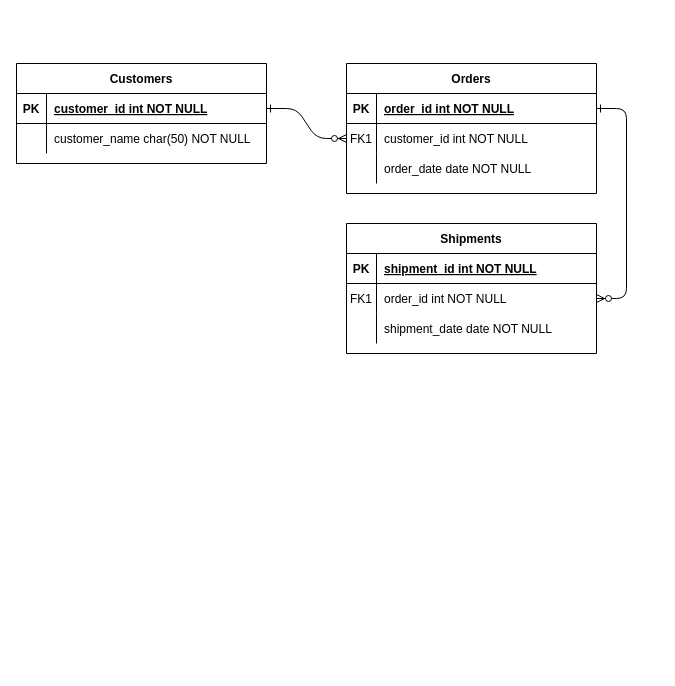
Before: docs/HCAApp.drawio in otr0624/HaitiApp, a draw.io diagram. Source tidied: cells renumbered, new cells numbered last; positions are measured from the earlier drawing's top-left corner, leaving out a move shared by most shapes. Both pictures are drawn from the tidied source at 100%, with x=0, y=0 at pixel (16, 63).
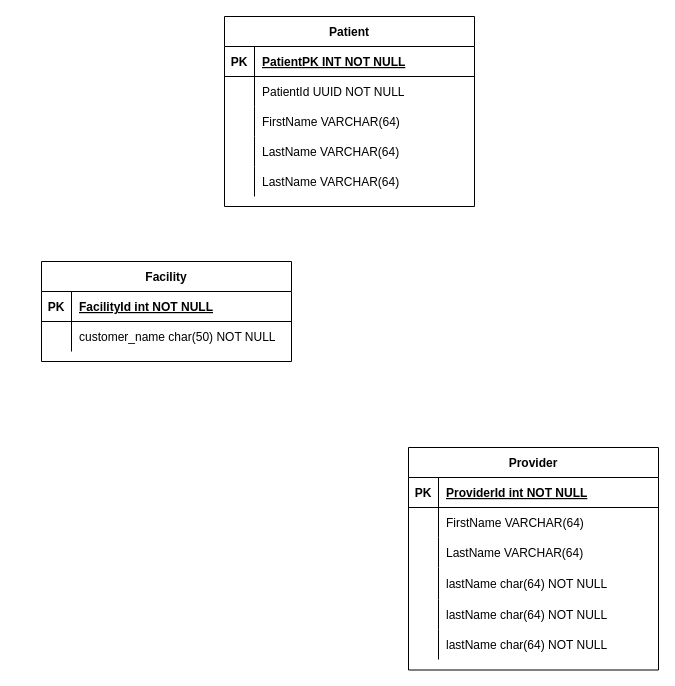
The same diagram, later.

Unchanged cells that the change refers to:
```xml
<mxCell id="5" style="shape=partialRectangle;fillColor=none;points=[[0,0.5],[1,0.5]];portConstraint=eastwest;top=0;left=0;right=0;bottom=1;" parent="4" vertex="1">
  <mxGeometry y="30" width="250" height="30" as="geometry" />
</mxCell>
<mxCell id="8" style="shape=partialRectangle;fillColor=none;points=[[0,0.5],[1,0.5]];portConstraint=eastwest;top=0;left=0;right=0;bottom=0;" parent="4" vertex="1">
  <mxGeometry y="60" width="250" height="30" as="geometry" />
</mxCell>
<mxCell id="11" style="shape=partialRectangle;fillColor=none;top=0;left=0;right=0;bottom=0;" parent="4" vertex="1">
  <mxGeometry y="90" width="250" height="30" as="geometry" />
</mxCell>
<mxCell id="25" style="shape=partialRectangle;fillColor=none;points=[[0,0.5],[1,0.5]];portConstraint=eastwest;top=0;left=0;right=0;bottom=1;" parent="24" vertex="1">
  <mxGeometry y="30" width="250" height="30" as="geometry" />
</mxCell>
```

Diff of the diagram source:
```diff
@@
-    <mxCell id="2" style="edgeStyle=entityRelationEdgeStyle;endArrow=ERzeroToMany;startArrow=ERone;endFill=1;startFill=0;" parent="1" edge="1" source="25" target="8">
-      <mxGeometry relative="1" as="geometry" />
-    </mxCell>
-    <mxCell id="3" style="edgeStyle=entityRelationEdgeStyle;endArrow=ERzeroToMany;startArrow=ERone;endFill=1;startFill=0;" parent="1" edge="1" source="5" target="18">
-      <mxGeometry relative="1" as="geometry" />
-    </mxCell>
+    <mxCell id="14" value="Patient" style="shape=table;startSize=30;childLayout=tableLayout;rowLines=0;fontStyle=1;align=center;" parent="1" vertex="1">
+      <mxGeometry x="208" y="-47" width="250" height="190" as="geometry" />
+    </mxCell>
+    <mxCell id="15" style="shape=partialRectangle;fillColor=none;top=0;left=0;right=0;bottom=1;" parent="14" vertex="1">
+      <mxGeometry y="30" width="250" height="30" as="geometry" />
+    </mxCell>
+    <mxCell id="16" value="PK" style="shape=partialRectangle;overflow=hidden;fillColor=none;top=0;left=0;bottom=0;right=0;fontStyle=1;" parent="15" vertex="1">
+      <mxGeometry width="30" height="30" as="geometry" />
+    </mxCell>
+    <mxCell id="17" value="PatientPK INT NOT NULL " style="shape=partialRectangle;overflow=hidden;fillColor=none;top=0;left=0;bottom=0;right=0;align=left;spacingLeft=6;fontStyle=5;" parent="15" vertex="1">
+      <mxGeometry x="30" width="220" height="30" as="geometry" />
+    </mxCell>
+    <mxCell id="18" style="shape=partialRectangle;fillColor=none;points=[[0,0.5],[1,0.5]];portConstraint=eastwest;top=0;left=0;right=0;bottom=0;" parent="14" vertex="1">
+      <mxGeometry y="60" width="250" height="30" as="geometry" />
+    </mxCell>
+    <mxCell id="19" style="shape=partialRectangle;overflow=hidden;fillColor=none;top=0;left=0;bottom=0;right=0;" parent="18" vertex="1">
+      <mxGeometry width="30" height="30" as="geometry" />
+    </mxCell>
+    <mxCell id="20" value="PatientId UUID NOT NULL" style="shape=partialRectangle;overflow=hidden;fillColor=none;top=0;left=0;bottom=0;right=0;align=left;spacingLeft=6;" parent="18" vertex="1">
+      <mxGeometry x="30" width="220" height="30" as="geometry" />
+    </mxCell>
+    <mxCell id="21" style="shape=partialRectangle;fillColor=none;top=0;left=0;right=0;bottom=0;" parent="14" vertex="1">
+      <mxGeometry y="90" width="250" height="30" as="geometry" />
+    </mxCell>
+    <mxCell id="22" style="shape=partialRectangle;overflow=hidden;fillColor=none;top=0;left=0;bottom=0;right=0;" parent="21" vertex="1">
+      <mxGeometry width="30" height="30" as="geometry" />
+    </mxCell>
+    <mxCell id="23" value="FirstName VARCHAR(64)" style="shape=partialRectangle;overflow=hidden;fillColor=none;top=0;left=0;bottom=0;right=0;align=left;spacingLeft=6;" parent="21" vertex="1">
+      <mxGeometry x="30" width="220" height="30" as="geometry" />
+    </mxCell>
+    <mxCell id="31" style="shape=partialRectangle;fillColor=none;top=0;left=0;right=0;bottom=0;" parent="14" vertex="1">
+      <mxGeometry y="120" width="250" height="30" as="geometry" />
+    </mxCell>
+    <mxCell id="32" style="shape=partialRectangle;overflow=hidden;fillColor=none;top=0;left=0;bottom=0;right=0;" parent="31" vertex="1">
+      <mxGeometry width="30" height="30" as="geometry" />
+    </mxCell>
+    <mxCell id="33" value="LastName VARCHAR(64)" style="shape=partialRectangle;overflow=hidden;fillColor=none;top=0;left=0;bottom=0;right=0;align=left;spacingLeft=6;" parent="31" vertex="1">
+      <mxGeometry x="30" width="220" height="30" as="geometry" />
+    </mxCell>
+    <mxCell id="34" style="shape=partialRectangle;fillColor=none;top=0;left=0;right=0;bottom=0;" parent="14" vertex="1">
+      <mxGeometry y="150" width="250" height="30" as="geometry" />
+    </mxCell>
+    <mxCell id="35" style="shape=partialRectangle;overflow=hidden;fillColor=none;top=0;left=0;bottom=0;right=0;" parent="34" vertex="1">
+      <mxGeometry width="30" height="30" as="geometry" />
+    </mxCell>
+    <mxCell id="36" value="LastName VARCHAR(64)" style="shape=partialRectangle;overflow=hidden;fillColor=none;top=0;left=0;bottom=0;right=0;align=left;spacingLeft=6;" parent="34" vertex="1">
+      <mxGeometry x="30" width="220" height="30" as="geometry" />
+    </mxCell>
-    <mxCell id="4" value="Orders" style="shape=table;startSize=30;childLayout=tableLayout;rowLines=0;fontStyle=1;align=center;" parent="1" vertex="1">
-      <mxGeometry x="330" width="250" height="130" as="geometry" />
+    <mxCell id="4" value="Provider" style="shape=table;startSize=30;childLayout=tableLayout;rowLines=0;fontStyle=1;align=center;" parent="1" vertex="1">
+      <mxGeometry x="392" y="384" width="250" height="222.5" as="geometry" />
     </mxCell>
@@
-    <mxCell id="7" value="order_id int NOT NULL " style="shape=partialRectangle;overflow=hidden;fillColor=none;top=0;left=0;bottom=0;right=0;align=left;spacingLeft=6;fontStyle=5;" parent="5" vertex="1">
+    <mxCell id="7" value="ProviderId int NOT NULL " style="shape=partialRectangle;overflow=hidden;fillColor=none;top=0;left=0;bottom=0;right=0;align=left;spacingLeft=6;fontStyle=5;" parent="5" vertex="1">
       <mxGeometry x="30" width="220" height="30" as="geometry" />
     </mxCell>
@@
-    <mxCell id="9" value="FK1" style="shape=partialRectangle;overflow=hidden;fillColor=none;top=0;left=0;bottom=0;right=0;" parent="8" vertex="1">
+    <mxCell id="9" style="shape=partialRectangle;overflow=hidden;fillColor=none;top=0;left=0;bottom=0;right=0;" parent="8" vertex="1">
       <mxGeometry width="30" height="30" as="geometry" />
     </mxCell>
-    <mxCell id="10" value="customer_id int NOT NULL" style="shape=partialRectangle;overflow=hidden;fillColor=none;top=0;left=0;bottom=0;right=0;align=left;spacingLeft=6;" parent="8" vertex="1">
+    <mxCell id="10" value="FirstName VARCHAR(64)" style="shape=partialRectangle;overflow=hidden;fillColor=none;top=0;left=0;bottom=0;right=0;align=left;spacingLeft=6;" parent="8" vertex="1">
       <mxGeometry x="30" width="220" height="30" as="geometry" />
     </mxCell>
@@
-    <mxCell id="13" value="order_date date NOT NULL" style="shape=partialRectangle;overflow=hidden;fillColor=none;top=0;left=0;bottom=0;right=0;align=left;spacingLeft=6;" parent="11" vertex="1">
+    <mxCell id="13" value="LastName VARCHAR(64)" style="shape=partialRectangle;overflow=hidden;fillColor=none;top=0;left=0;bottom=0;right=0;align=left;spacingLeft=6;" parent="11" vertex="1">
       <mxGeometry x="30" width="220" height="30" as="geometry" />
     </mxCell>
-    <mxCell id="14" value="Shipments" style="shape=table;startSize=30;childLayout=tableLayout;rowLines=0;fontStyle=1;align=center;" parent="1" vertex="1">
-      <mxGeometry x="330" y="160" width="250" height="130" as="geometry" />
-    </mxCell>
-    <mxCell id="15" style="shape=partialRectangle;fillColor=none;top=0;left=0;right=0;bottom=1;" parent="14" vertex="1">
-      <mxGeometry y="30" width="250" height="30" as="geometry" />
-    </mxCell>
-    <mxCell id="16" value="PK" style="shape=partialRectangle;overflow=hidden;fillColor=none;top=0;left=0;bottom=0;right=0;fontStyle=1;" parent="15" vertex="1">
-      <mxGeometry width="30" height="30" as="geometry" />
-    </mxCell>
-    <mxCell id="17" value="shipment_id int NOT NULL " style="shape=partialRectangle;overflow=hidden;fillColor=none;top=0;left=0;bottom=0;right=0;align=left;spacingLeft=6;fontStyle=5;" parent="15" vertex="1">
-      <mxGeometry x="30" width="220" height="30" as="geometry" />
-    </mxCell>
-    <mxCell id="18" style="shape=partialRectangle;fillColor=none;points=[[0,0.5],[1,0.5]];portConstraint=eastwest;top=0;left=0;right=0;bottom=0;" parent="14" vertex="1">
-      <mxGeometry y="60" width="250" height="30" as="geometry" />
-    </mxCell>
-    <mxCell id="19" value="FK1" style="shape=partialRectangle;overflow=hidden;fillColor=none;top=0;left=0;bottom=0;right=0;" parent="18" vertex="1">
-      <mxGeometry width="30" height="30" as="geometry" />
-    </mxCell>
-    <mxCell id="20" value="order_id int NOT NULL" style="shape=partialRectangle;overflow=hidden;fillColor=none;top=0;left=0;bottom=0;right=0;align=left;spacingLeft=6;" parent="18" vertex="1">
-      <mxGeometry x="30" width="220" height="30" as="geometry" />
-    </mxCell>
-    <mxCell id="21" style="shape=partialRectangle;fillColor=none;top=0;left=0;right=0;bottom=0;" parent="14" vertex="1">
-      <mxGeometry y="90" width="250" height="30" as="geometry" />
-    </mxCell>
-    <mxCell id="22" style="shape=partialRectangle;overflow=hidden;fillColor=none;top=0;left=0;bottom=0;right=0;" parent="21" vertex="1">
-      <mxGeometry width="30" height="30" as="geometry" />
-    </mxCell>
-    <mxCell id="23" value="shipment_date date NOT NULL" style="shape=partialRectangle;overflow=hidden;fillColor=none;top=0;left=0;bottom=0;right=0;align=left;spacingLeft=6;" parent="21" vertex="1">
-      <mxGeometry x="30" width="220" height="30" as="geometry" />
-    </mxCell>
+    <mxCell id="37" style="shape=partialRectangle;fillColor=none;top=0;left=0;right=0;bottom=0;" parent="4" vertex="1">
+      <mxGeometry y="120" width="250" height="32" as="geometry" />
+    </mxCell>
+    <mxCell id="38" style="shape=partialRectangle;overflow=hidden;fillColor=none;top=0;left=0;bottom=0;right=0;" parent="37" vertex="1">
+      <mxGeometry width="30" height="32" as="geometry" />
+    </mxCell>
+    <mxCell id="39" value="lastName char(64) NOT NULL" style="shape=partialRectangle;overflow=hidden;fillColor=none;top=0;left=0;bottom=0;right=0;align=left;spacingLeft=6;" parent="37" vertex="1">
+      <mxGeometry x="30" width="220" height="32" as="geometry" />
+    </mxCell>
+    <mxCell id="40" style="shape=partialRectangle;fillColor=none;top=0;left=0;right=0;bottom=0;" parent="4" vertex="1">
+      <mxGeometry y="152" width="250" height="30" as="geometry" />
+    </mxCell>
+    <mxCell id="41" style="shape=partialRectangle;overflow=hidden;fillColor=none;top=0;left=0;bottom=0;right=0;" parent="40" vertex="1">
+      <mxGeometry width="30" height="30" as="geometry" />
+    </mxCell>
+    <mxCell id="42" value="lastName char(64) NOT NULL" style="shape=partialRectangle;overflow=hidden;fillColor=none;top=0;left=0;bottom=0;right=0;align=left;spacingLeft=6;" parent="40" vertex="1">
+      <mxGeometry x="30" width="220" height="30" as="geometry" />
+    </mxCell>
+    <mxCell id="43" style="shape=partialRectangle;fillColor=none;top=0;left=0;right=0;bottom=0;" parent="4" vertex="1">
+      <mxGeometry y="182" width="250" height="30" as="geometry" />
+    </mxCell>
+    <mxCell id="44" style="shape=partialRectangle;overflow=hidden;fillColor=none;top=0;left=0;bottom=0;right=0;" parent="43" vertex="1">
+      <mxGeometry width="30" height="30" as="geometry" />
+    </mxCell>
+    <mxCell id="45" value="lastName char(64) NOT NULL" style="shape=partialRectangle;overflow=hidden;fillColor=none;top=0;left=0;bottom=0;right=0;align=left;spacingLeft=6;" parent="43" vertex="1">
+      <mxGeometry x="30" width="220" height="30" as="geometry" />
+    </mxCell>
-    <mxCell id="24" value="Customers" style="shape=table;startSize=30;childLayout=tableLayout;rowLines=0;fontStyle=1;align=center;" parent="1" vertex="1">
-      <mxGeometry width="250" height="100" as="geometry" />
+    <mxCell id="24" value="Facility" style="shape=table;startSize=30;childLayout=tableLayout;rowLines=0;fontStyle=1;align=center;" parent="1" vertex="1">
+      <mxGeometry x="25" y="198" width="250" height="100" as="geometry" />
     </mxCell>
@@
-    <mxCell id="27" value="customer_id int NOT NULL " style="shape=partialRectangle;overflow=hidden;fillColor=none;top=0;left=0;bottom=0;right=0;align=left;spacingLeft=6;fontStyle=5;" parent="25" vertex="1">
+    <mxCell id="27" value="FacilityId int NOT NULL " style="shape=partialRectangle;overflow=hidden;fillColor=none;top=0;left=0;bottom=0;right=0;align=left;spacingLeft=6;fontStyle=5;" parent="25" vertex="1">
       <mxGeometry x="30" width="220" height="30" as="geometry" />
     </mxCell>
```
